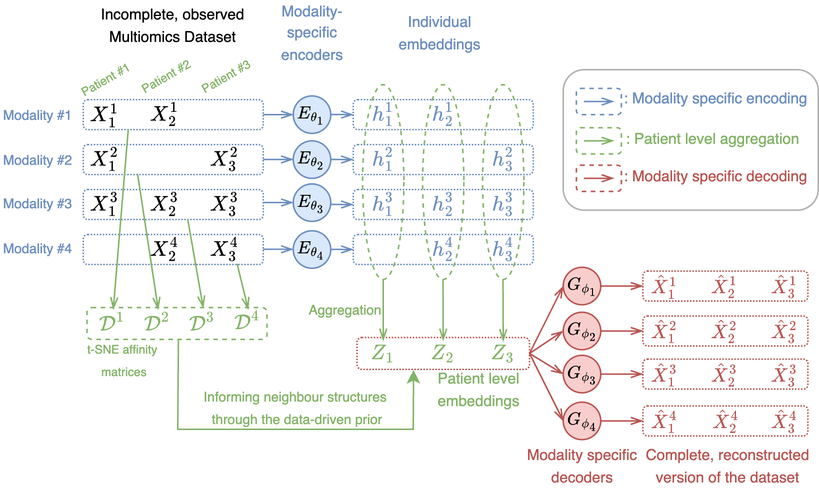
hwxing3259/MIND keeps this draw.io diagram as examples/multiomics_integration_schematic.png. Above is the earlier version. Source tidied: cells renumbered, new cells last; positions are measured from the earlier drawing's top-left corner, leaving out a move shared by most shapes.
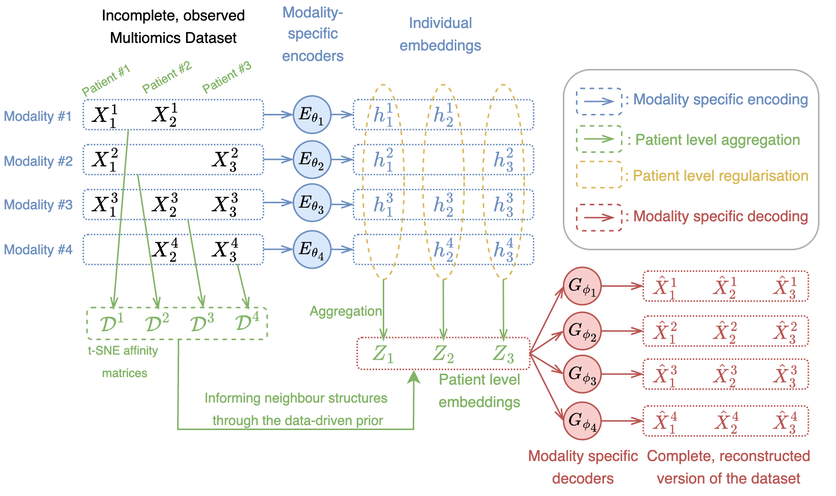
Above is the later version.

Diff of the diagram source:
```diff
@@ -29,13 +29,13 @@
     <mxCell id="10" style="rounded=1;whiteSpace=wrap;html=1;fillColor=none;dashed=1;dashPattern=1 1;strokeColor=#6c8ebf;" parent="1" vertex="1">
       <mxGeometry x="55" y="65" width="120" height="20" as="geometry" />
     </mxCell>
-    <mxCell id="11" style="ellipse;whiteSpace=wrap;html=1;fillColor=none;dashed=1;strokeColor=#82b366;" parent="1" vertex="1">
+    <mxCell id="11" style="ellipse;whiteSpace=wrap;html=1;fillColor=none;dashed=1;strokeColor=#D9B857;" parent="1" vertex="1">
       <mxGeometry x="321.2" y="55" width="27.5" height="130" as="geometry" />
     </mxCell>
-    <mxCell id="12" style="ellipse;whiteSpace=wrap;html=1;fillColor=none;dashed=1;strokeColor=#82b366;" parent="1" vertex="1">
+    <mxCell id="12" style="ellipse;whiteSpace=wrap;html=1;fillColor=none;dashed=1;strokeColor=#D9B857;" parent="1" vertex="1">
       <mxGeometry x="281.2" y="55" width="27.5" height="130" as="geometry" />
     </mxCell>
-    <mxCell id="13" style="ellipse;whiteSpace=wrap;html=1;fillColor=none;dashed=1;strokeColor=#82b366;" parent="1" vertex="1">
+    <mxCell id="13" style="ellipse;whiteSpace=wrap;html=1;fillColor=none;dashed=1;strokeColor=#D9B857;" parent="1" vertex="1">
       <mxGeometry x="241.2" y="55" width="27.5" height="130" as="geometry" />
     </mxCell>
     <mxCell id="14" value="&lt;font style=&quot;font-size: 10px;&quot;&gt;\[E_{\theta_1}\]&lt;/font&gt;" style="ellipse;whiteSpace=wrap;html=1;fillColor=#dae8fc;strokeColor=#6c8ebf;" parent="1" vertex="1">
@@ -310,7 +310,7 @@
       <mxGeometry relative="1" as="geometry" />
     </mxCell>
     <mxCell id="96" style="group;" parent="1" vertex="1">
-      <mxGeometry x="375" y="45" width="170" height="93.8" as="geometry" />
+      <mxGeometry x="375" y="45" width="170" height="120" as="geometry" />
     </mxCell>
     <mxCell id="97" value="&lt;font style=&quot;font-size: 10px; color: rgb(108, 142, 191);&quot;&gt;: Modality specific encoding&lt;/font&gt;" style="text;html=1;align=center;verticalAlign=middle;whiteSpace=wrap;rounded=0;" parent="96" vertex="1">
       <mxGeometry x="36.9" y="3.8" width="130" height="30" as="geometry" />
@@ -320,25 +320,22 @@
     </mxCell>
     <mxCell id="99" style="endArrow=openThin;html=1;rounded=0;endFill=0;strokeColor=#B85450;" parent="96" edge="1">
       <mxGeometry relative="1" as="geometry">
-        <mxPoint x="13.8" y="72.5" as="sourcePoint" />
-        <mxPoint x="33.8" y="72.5" as="targetPoint" />
+        <mxPoint x="13.8" y="98.7" as="sourcePoint" />
+        <mxPoint x="33.8" y="98.7" as="targetPoint" />
       </mxGeometry>
     </mxCell>
     <mxCell id="100" value="&lt;font style=&quot;color: rgb(184, 84, 80);&quot;&gt;&lt;span style=&quot;font-size: 10px;&quot;&gt;: Modality specific decoding&lt;/span&gt;&lt;/font&gt;" style="text;html=1;align=center;verticalAlign=middle;whiteSpace=wrap;rounded=0;" parent="96" vertex="1">
-      <mxGeometry x="36.9" y="63.8" width="130" height="14.4" as="geometry" />
+      <mxGeometry x="36.9" y="90" width="130" height="14.4" as="geometry" />
     </mxCell>
     <mxCell id="101" style="rounded=1;whiteSpace=wrap;html=1;fillColor=none;strokeColor=#b85450;dashed=1;" parent="96" vertex="1">
-      <mxGeometry x="8.8" y="63.8" width="30" height="17.5" as="geometry" />
+      <mxGeometry x="8.8" y="90" width="30" height="17.5" as="geometry" />
     </mxCell>
     <mxCell id="102" style="endArrow=openThin;html=1;rounded=0;endFill=0;strokeColor=#82B366;" parent="96" edge="1">
       <mxGeometry relative="1" as="geometry">
-        <mxPoint x="13.8" y="47.5" as="sourcePoint" />
-        <mxPoint x="33.8" y="47.5" as="targetPoint" />
+        <mxPoint x="13.8" y="46.2" as="sourcePoint" />
+        <mxPoint x="33.8" y="46.2" as="targetPoint" />
       </mxGeometry>
     </mxCell>
-    <mxCell id="103" style="rounded=1;whiteSpace=wrap;html=1;fillColor=none;strokeColor=#82B366;dashed=1;" parent="96" vertex="1">
-      <mxGeometry x="8.8" y="38.8" width="30" height="17.5" as="geometry" />
-    </mxCell>
     <mxCell id="104" style="endArrow=openThin;html=1;rounded=0;endFill=0;strokeColor=#6C8EBF;" parent="96" edge="1">
       <mxGeometry relative="1" as="geometry">
         <mxPoint x="13.8" y="21.2" as="sourcePoint" />
@@ -348,8 +345,17 @@
     <mxCell id="105" style="rounded=1;whiteSpace=wrap;html=1;fillColor=none;strokeColor=#6C8EBF;dashed=1;" parent="96" vertex="1">
       <mxGeometry x="8.8" y="12.5" width="30" height="17.5" as="geometry" />
     </mxCell>
+    <mxCell id="119" value="&lt;font style=&quot;color: rgb(217, 184, 87);&quot;&gt;&lt;span style=&quot;font-size: 10px; background-color: light-dark(#ffffff, var(--ge-dark-color, #121212));&quot;&gt;: Patient level regularisation&lt;/span&gt;&lt;/font&gt;" style="text;html=1;align=center;verticalAlign=middle;whiteSpace=wrap;rounded=0;" parent="96" vertex="1">
+      <mxGeometry x="36.9" y="62.8" width="130" height="14.4" as="geometry" />
+    </mxCell>
+    <mxCell id="120" style="rounded=1;whiteSpace=wrap;html=1;fillColor=none;strokeColor=#D9B857;dashed=1;" parent="96" vertex="1">
+      <mxGeometry x="8.8" y="61.2" width="30" height="17.5" as="geometry" />
+    </mxCell>
+    <mxCell id="121" style="rounded=1;whiteSpace=wrap;html=1;fillColor=none;strokeColor=#82B366;dashed=1;" parent="96" vertex="1">
+      <mxGeometry x="8.8" y="37.5" width="30" height="17.5" as="geometry" />
+    </mxCell>
     <mxCell id="106" style="rounded=1;whiteSpace=wrap;html=1;fillColor=none;strokeColor=#B0B0B0;glass=0;shadow=0;" parent="96" vertex="1">
-      <mxGeometry width="170" height="93.8" as="geometry" />
+      <mxGeometry width="170" height="120" as="geometry" />
     </mxCell>
     <mxCell id="107" style="endArrow=openThin;html=1;rounded=0;exitX=0.25;exitY=1;exitDx=0;exitDy=0;fontColor=#82B366;strokeColor=#82B366;endFill=0;" parent="1" edge="1" source="10">
       <mxGeometry relative="1" as="geometry">
```
